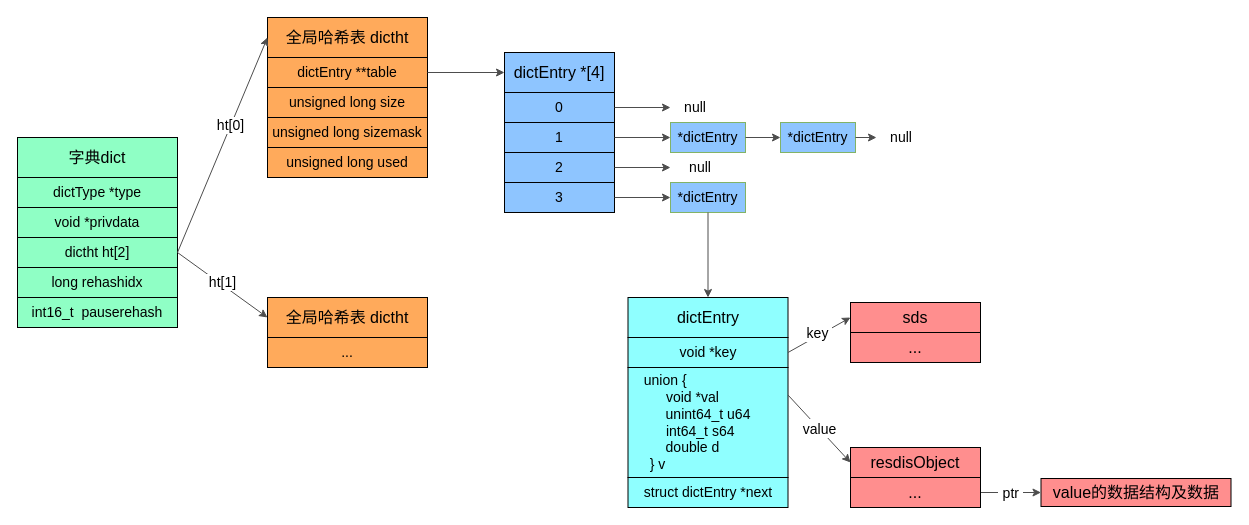
Above: page "Redis-Key" (6 of 6) of Redis/Redis.drawio in zhangyuying-cn/images (draw.io), before the change. Source tidied: cells renumbered, new cells numbered last; positions are measured from the earlier drawing's top-left corner, leaving out a move shared by most shapes. Both pictures are drawn from the tidied source at 100%, with x=0, y=0 at pixel (17, 17).
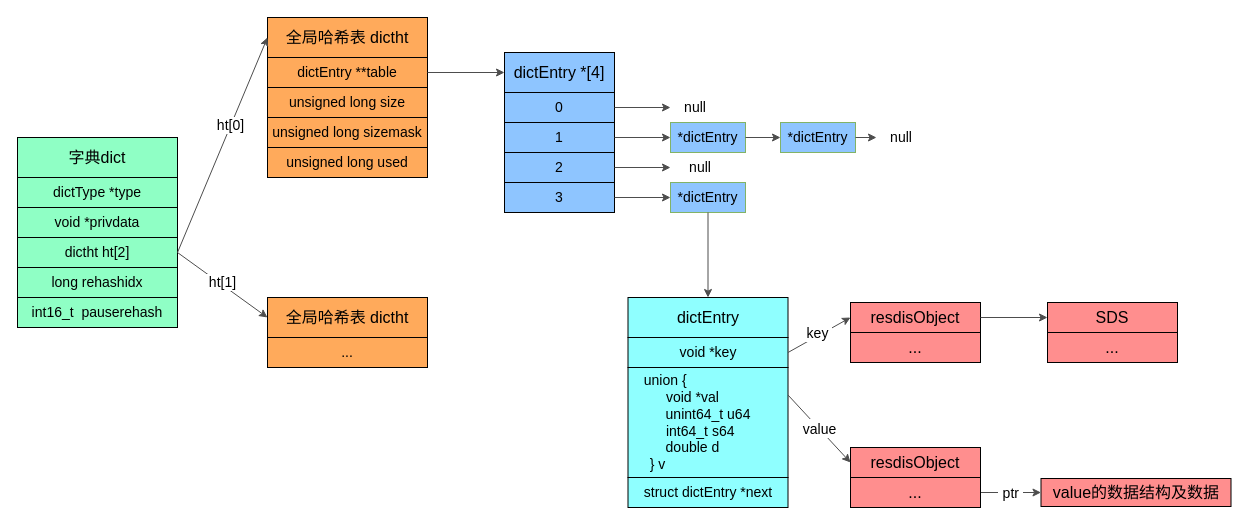
After the change.

Commit message (it also covers changes not shown here):
Redis-key存储结构

Change to the diagram source:
```diff
@@
-    <mxCell id="42" value="sds" style="rounded=0;whiteSpace=wrap;html=1;fontFamily=Helvetica;fontSize=16;strokeWidth=1;fillColor=#FF8E8E;" parent="1" vertex="1">
+    <mxCell id="42" value="resdisObject" style="rounded=0;whiteSpace=wrap;html=1;fontFamily=Helvetica;fontSize=16;strokeWidth=1;fillColor=#FF8E8E;" parent="1" vertex="1">
       <mxGeometry x="833" y="285" width="130" height="30" as="geometry" />
     </mxCell>
@@
+    <mxCell id="51" value="SDS" style="rounded=0;whiteSpace=wrap;html=1;fontFamily=Helvetica;fontSize=16;strokeWidth=1;fillColor=#FF8E8E;" parent="1" vertex="1">
+      <mxGeometry x="1030" y="285" width="130" height="30" as="geometry" />
+    </mxCell>
+    <mxCell id="52" value="..." style="rounded=0;whiteSpace=wrap;html=1;fontFamily=Helvetica;fontSize=16;strokeWidth=1;fillColor=#FF8E8E;" parent="1" vertex="1">
+      <mxGeometry x="1030" y="315" width="130" height="30" as="geometry" />
+    </mxCell>
+    <mxCell id="53" style="endArrow=classic;html=1;rounded=0;labelBackgroundColor=#FFFFFF;fontFamily=Helvetica;fontSize=14;fontColor=#000000;strokeColor=#4D4D4D;fillColor=#B3B3B3;exitX=1;exitY=0.5;exitDx=0;exitDy=0;entryX=0;entryY=0.5;entryDx=0;entryDy=0;" parent="1" edge="1" source="42" target="51">
+      <mxGeometry relative="1" as="geometry" />
+    </mxCell>
```
